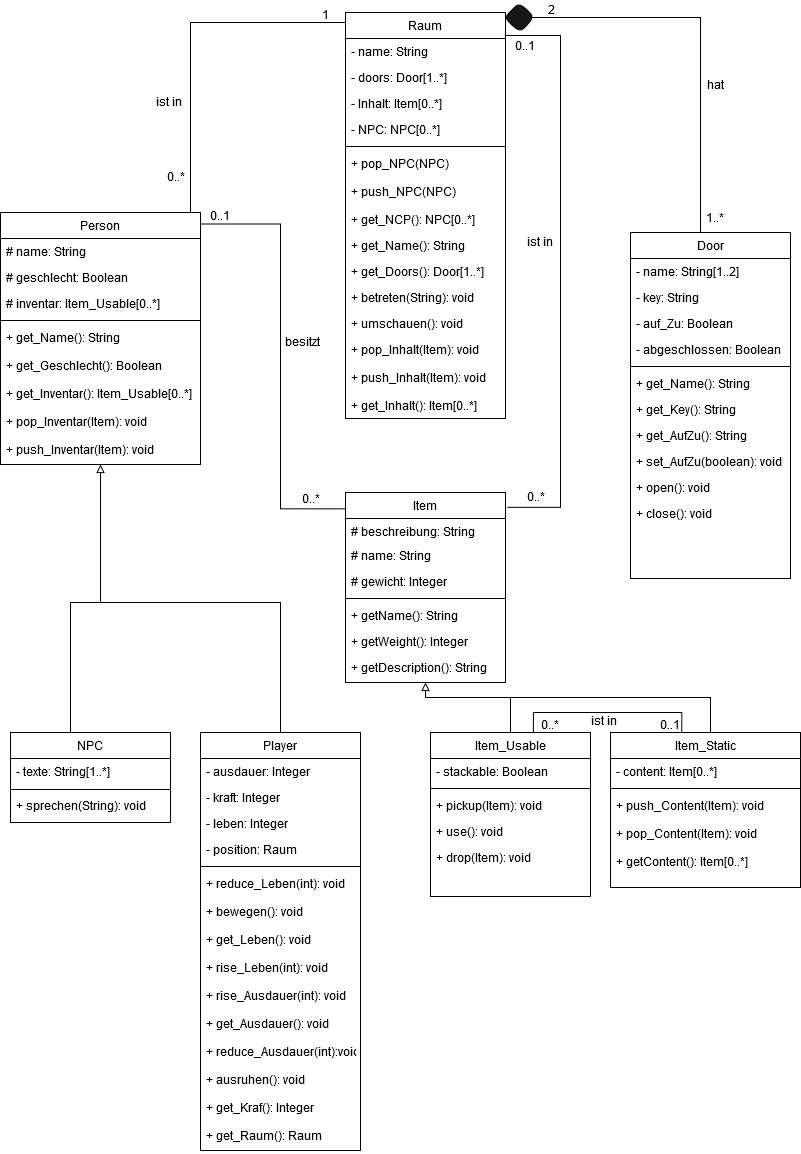
This is Klassendiagram.png from Elegond/AE-Text-Adventure, a draw.io export, as it was before one commit. Source tidied: cells renumbered, new cells last; positions are measured from the earlier drawing's top-left corner, leaving out a move shared by most shapes.
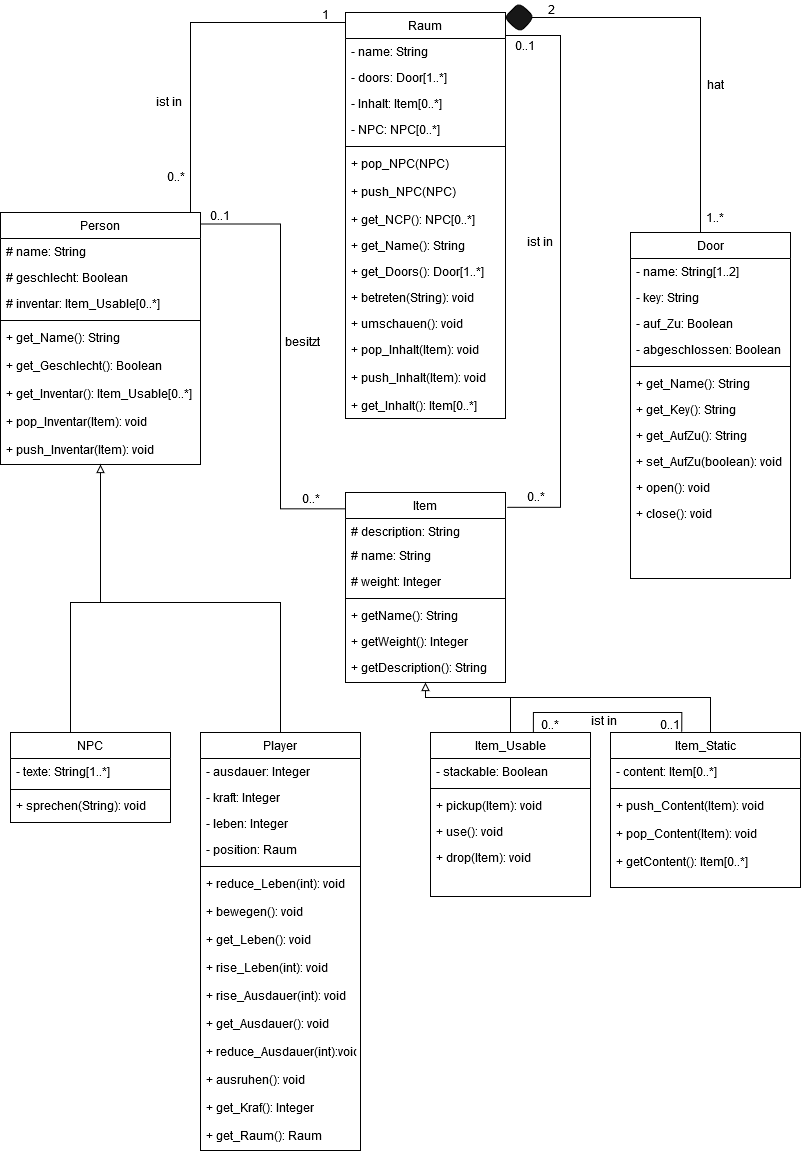
The same file after the commit.

The edit, as a diff of the source:
```diff
@@ -99,13 +99,13 @@
     <mxCell id="30" value="Item" style="swimlane;fontStyle=0;align=center;verticalAlign=top;horizontal=1;startSize=26;rounded=0;shadow=0;strokeWidth=1;" parent="1" vertex="1">
       <mxGeometry x="345" y="492" width="160" height="190" as="geometry" />
     </mxCell>
-    <mxCell id="31" value="# beschreibung: String" style="text;align=left;verticalAlign=top;spacingLeft=4;spacingRight=4;overflow=hidden;" parent="30" vertex="1">
+    <mxCell id="31" value="# description: String" style="text;align=left;verticalAlign=top;spacingLeft=4;spacingRight=4;overflow=hidden;" parent="30" vertex="1">
       <mxGeometry y="26" width="160" height="24" as="geometry" />
     </mxCell>
     <mxCell id="32" value="# name: String" style="text;align=left;verticalAlign=top;spacingLeft=4;spacingRight=4;overflow=hidden;rounded=0;shadow=0;html=0;" parent="30" vertex="1">
       <mxGeometry y="50" width="160" height="26" as="geometry" />
     </mxCell>
-    <mxCell id="33" value="# gewicht: Integer" style="text;align=left;verticalAlign=top;spacingLeft=4;spacingRight=4;overflow=hidden;rounded=0;shadow=0;html=0;" parent="30" vertex="1">
+    <mxCell id="33" value="# weight: Integer" style="text;align=left;verticalAlign=top;spacingLeft=4;spacingRight=4;overflow=hidden;rounded=0;shadow=0;html=0;" parent="30" vertex="1">
       <mxGeometry y="76" width="160" height="26" as="geometry" />
     </mxCell>
     <mxCell id="34" style="line;html=1;strokeWidth=1;align=left;verticalAlign=middle;spacingTop=-1;spacingLeft=3;spacingRight=3;labelPosition=right;" parent="30" vertex="1">
```
